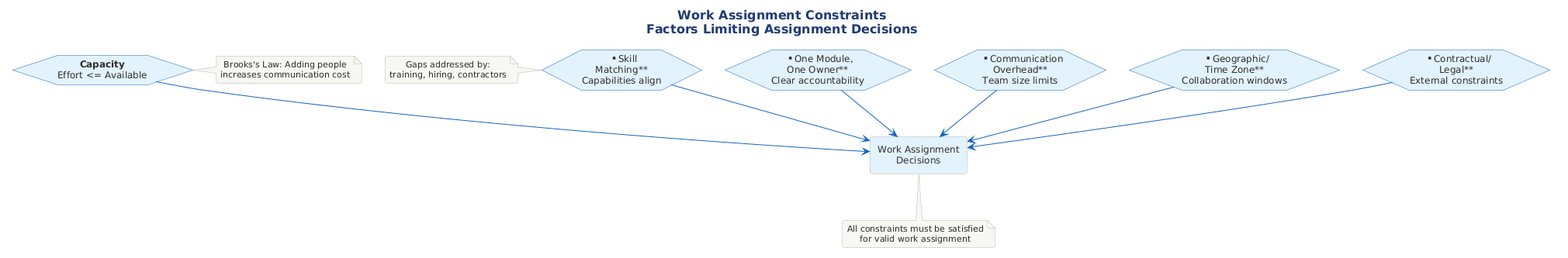
Notoriousjayy/latex-docs keeps this PlantUML diagram as src/architecture/views-and-beyond/style-catalogs/allocation/work-assignment-style/png/08-constraints.png. Above is the earlier version. Source of this version:
```plantuml
@startuml 08-constraints
!include ../../../../../../tooling/styles/plantuml/structural/component-diagram-style.iuml

skinparam nodesep 30

skinparam hexagon {
    BackgroundColor #E3F2FD
    BorderColor #1565C0
}

title <b>Work Assignment Constraints</b>\nFactors Limiting Assignment Decisions

rectangle "Work Assignment\nDecisions" as center #E3F2FD

hexagon "**One Module,\nOne Owner**\nClear accountability" as owner
hexagon "**Skill\nMatching**\nCapabilities align" as skill
hexagon "**Capacity**\nEffort <= Available" as capacity
hexagon "**Communication\nOverhead**\nTeam size limits" as comm
hexagon "**Geographic/\nTime Zone**\nCollaboration windows" as geo
hexagon "**Contractual/\nLegal**\nExternal constraints" as legal

owner -[#1565C0]-> center
skill -[#1565C0]-> center
capacity -[#1565C0]-> center
comm -[#1565C0]-> center
geo -[#1565C0]-> center
legal -[#1565C0]-> center

note bottom of center
  All constraints must be satisfied
  for valid work assignment
end note

note right of capacity
  Brooks's Law: Adding people
  increases communication cost
end note

note left of skill
  Gaps addressed by:
  training, hiring, contractors
end note

@enduml
```
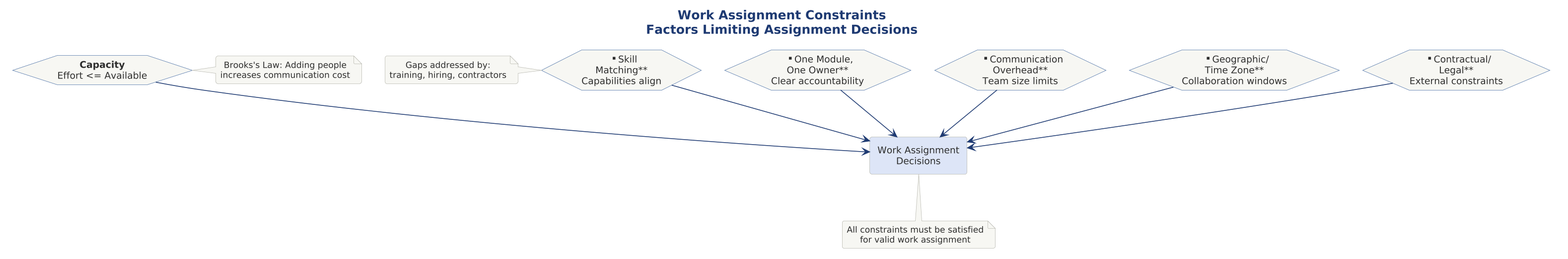
The same diagram one commit later.

Diff of the diagram source:
```diff
@@ -1,16 +1,16 @@
 @startuml 08-constraints
+
+skinparam dpi 150
+
+
+
 !include ../../../../../../tooling/styles/plantuml/structural/component-diagram-style.iuml
 
 skinparam nodesep 30
 
-skinparam hexagon {
-    BackgroundColor #E3F2FD
-    BorderColor #1565C0
-}
-
 title <b>Work Assignment Constraints</b>\nFactors Limiting Assignment Decisions
 
-rectangle "Work Assignment\nDecisions" as center #E3F2FD
+rectangle "Work Assignment\nDecisions" as center $fill_primary
 
 hexagon "**One Module,\nOne Owner**\nClear accountability" as owner
 hexagon "**Skill\nMatching**\nCapabilities align" as skill
@@ -19,12 +19,12 @@
 hexagon "**Geographic/\nTime Zone**\nCollaboration windows" as geo
 hexagon "**Contractual/\nLegal**\nExternal constraints" as legal
 
-owner -[#1565C0]-> center
-skill -[#1565C0]-> center
-capacity -[#1565C0]-> center
-comm -[#1565C0]-> center
-geo -[#1565C0]-> center
-legal -[#1565C0]-> center
+owner -[$line_primary]-> center
+skill -[$line_primary]-> center
+capacity -[$line_primary]-> center
+comm -[$line_primary]-> center
+geo -[$line_primary]-> center
+legal -[$line_primary]-> center
 
 note bottom of center
   All constraints must be satisfied
```
